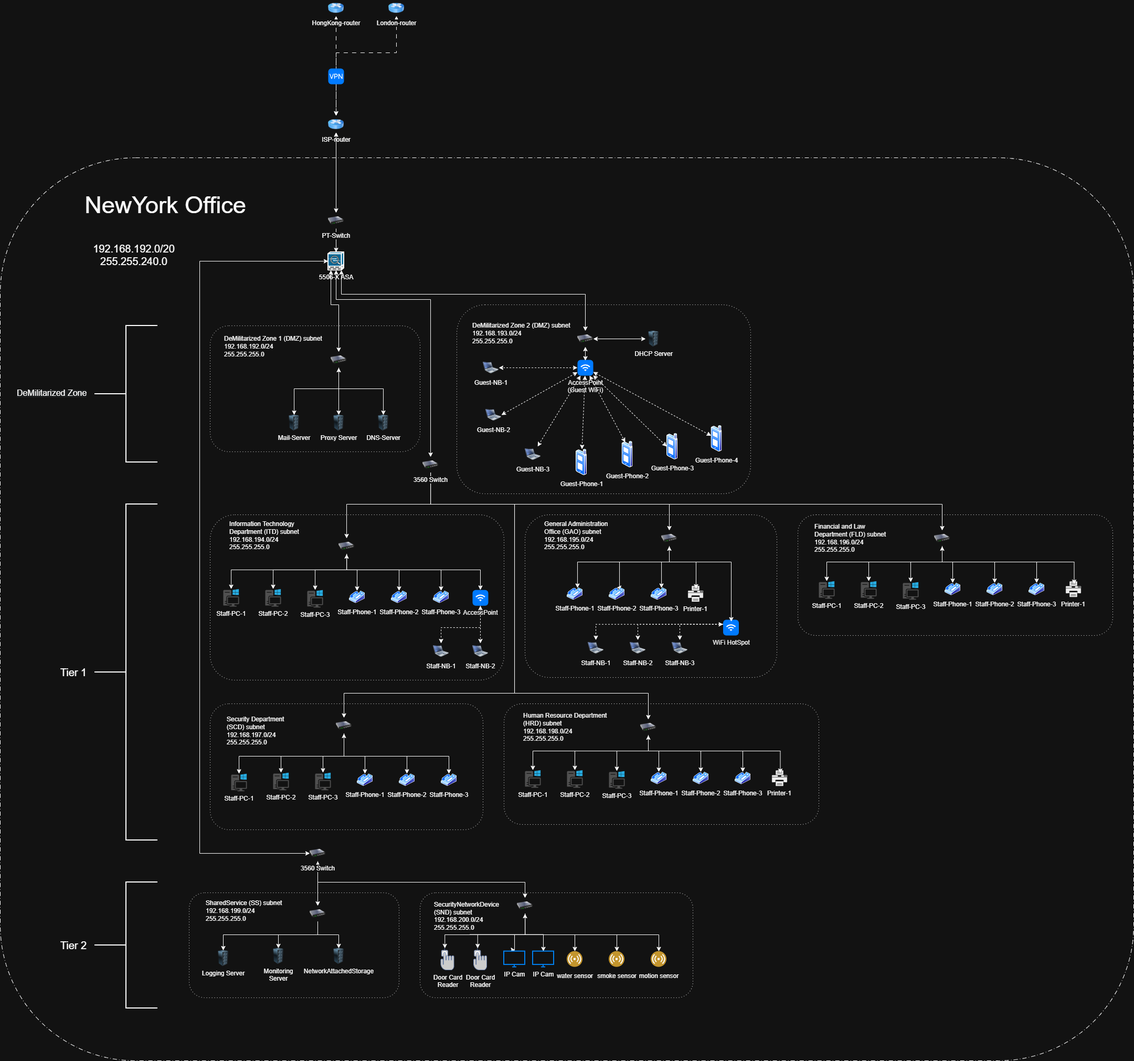
aaassseee/SEHS3321-A02-G01 keeps this draw.io diagram as drawio/Network-NewYork.drawio.png. Above is the earlier version. Source tidied: cells renumbered, new cells last; positions are measured from the earlier drawing's top-left corner, leaving out a move shared by most shapes.
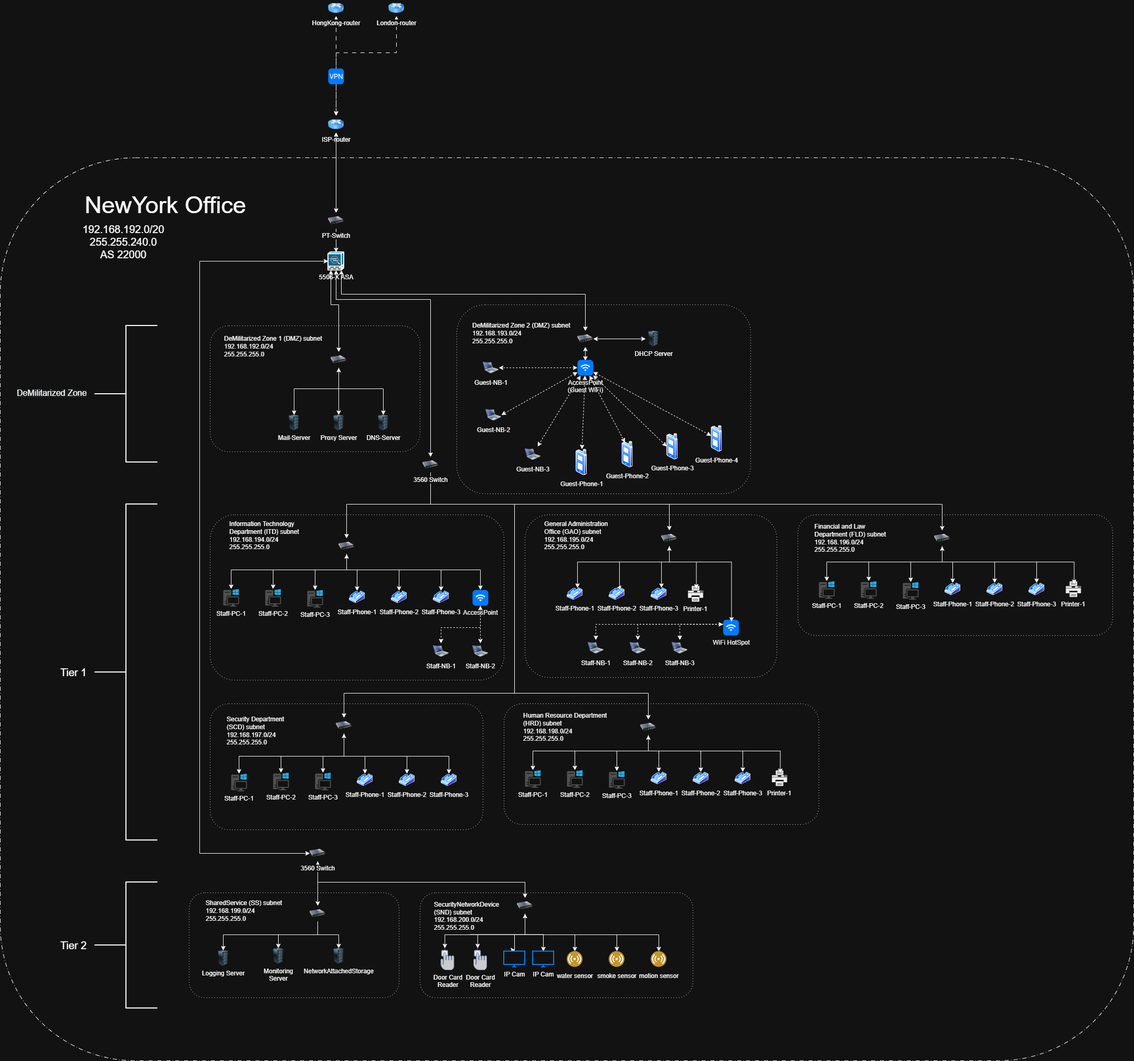
After the change.

What changed in the source:
```diff
@@ -32,8 +32,8 @@
     <mxCell id="11" value="Proxy Server" style="image;html=1;image=img/lib/clip_art/computers/Server_Rack_128x128.png;" parent="1" vertex="1">
       <mxGeometry x="630" y="790" width="30" height="30" as="geometry" />
     </mxCell>
-    <mxCell id="12" value="&lt;font style=&quot;font-size: 20px;&quot;&gt;192.168.192.0/20&lt;/font&gt;&lt;div&gt;&lt;font style=&quot;font-size: 20px;&quot;&gt;255.255.240.0&lt;/font&gt;&lt;/div&gt;" style="text;html=1;whiteSpace=wrap;strokeColor=none;fillColor=none;align=center;verticalAlign=middle;rounded=0;" parent="1" vertex="1">
-      <mxGeometry x="180" y="460" width="150" height="50" as="geometry" />
+    <mxCell id="12" value="&lt;font style=&quot;font-size: 20px;&quot;&gt;192.168.192.0/20&lt;/font&gt;&lt;div&gt;&lt;font style=&quot;font-size: 20px;&quot;&gt;255.255.240.0&lt;/font&gt;&lt;/div&gt;&lt;div&gt;&lt;font style=&quot;font-size: 20px;&quot;&gt;AS 22000&lt;/font&gt;&lt;/div&gt;" style="text;html=1;whiteSpace=wrap;strokeColor=none;fillColor=none;align=center;verticalAlign=middle;rounded=0;" parent="1" vertex="1">
+      <mxGeometry x="160" y="435" width="150" height="50" as="geometry" />
     </mxCell>
     <mxCell id="13" value="&lt;font style=&quot;font-size: 45px;&quot;&gt;NewYork Office&lt;/font&gt;" style="text;html=1;whiteSpace=wrap;strokeColor=none;fillColor=none;align=center;verticalAlign=middle;rounded=0;" parent="1" vertex="1">
       <mxGeometry x="150" y="360" width="330" height="60" as="geometry" />
```
